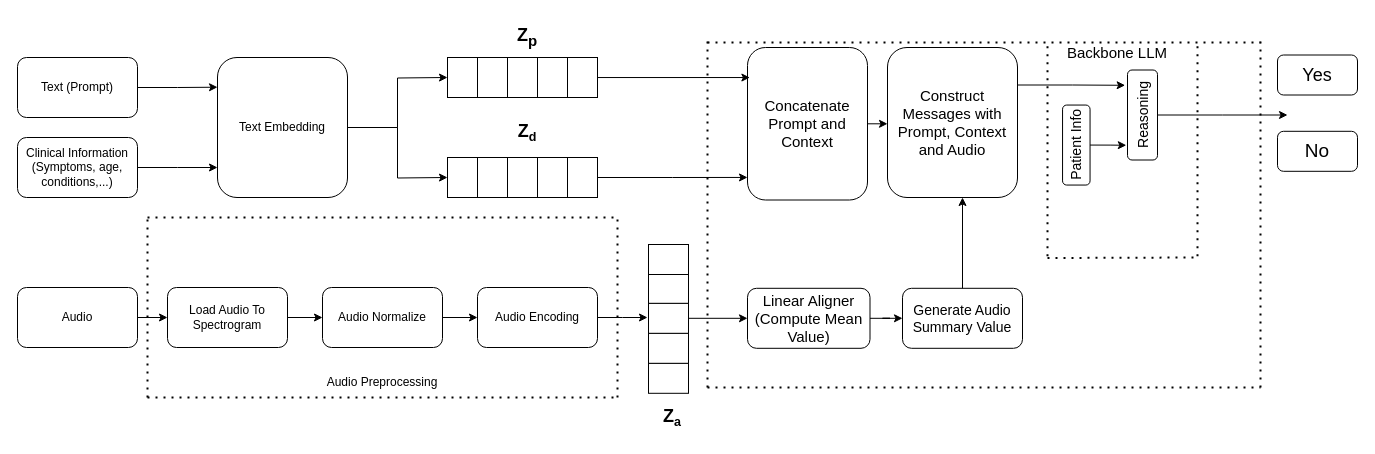
This is Untitled Diagram.drawio from Mancupfire/Audio_in_LLM, a draw.io file, before an edit. Source tidied: cells renumbered, new cells numbered last; positions are measured from the earlier drawing's top-left corner, leaving out a move shared by most shapes. Both pictures are drawn from the tidied source at 100%, with x=0, y=0 at pixel (17, 17).
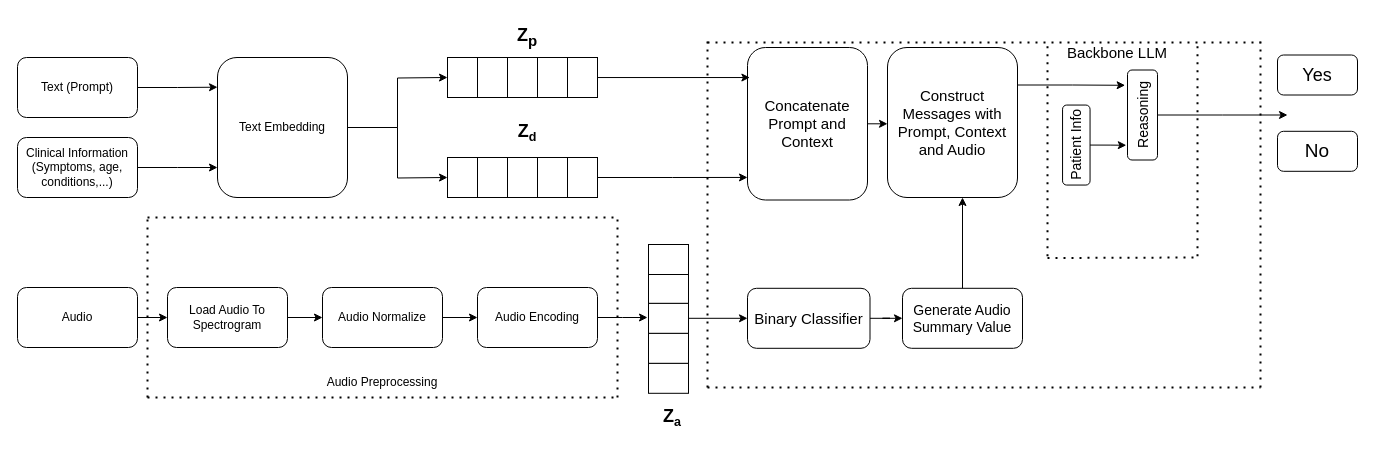
The same page after the edit.

What changed in the source:
```diff
@@
-    <mxCell id="39" value="&lt;font style=&quot;font-size: 15px;&quot;&gt;Linear Aligner&lt;/font&gt;&lt;div&gt;&lt;font style=&quot;font-size: 15px;&quot;&gt;(Compute Mean Value)&lt;/font&gt;&lt;/div&gt;" style="rounded=1;whiteSpace=wrap;html=1;" parent="1" vertex="1">
+    <mxCell id="39" value="&lt;span style=&quot;font-size: 15px;&quot;&gt;Binary Classifier&lt;/span&gt;" style="rounded=1;whiteSpace=wrap;html=1;" parent="1" vertex="1">
       <mxGeometry x="730" y="270.8" width="122.5" height="60" as="geometry" />
     </mxCell>
```
